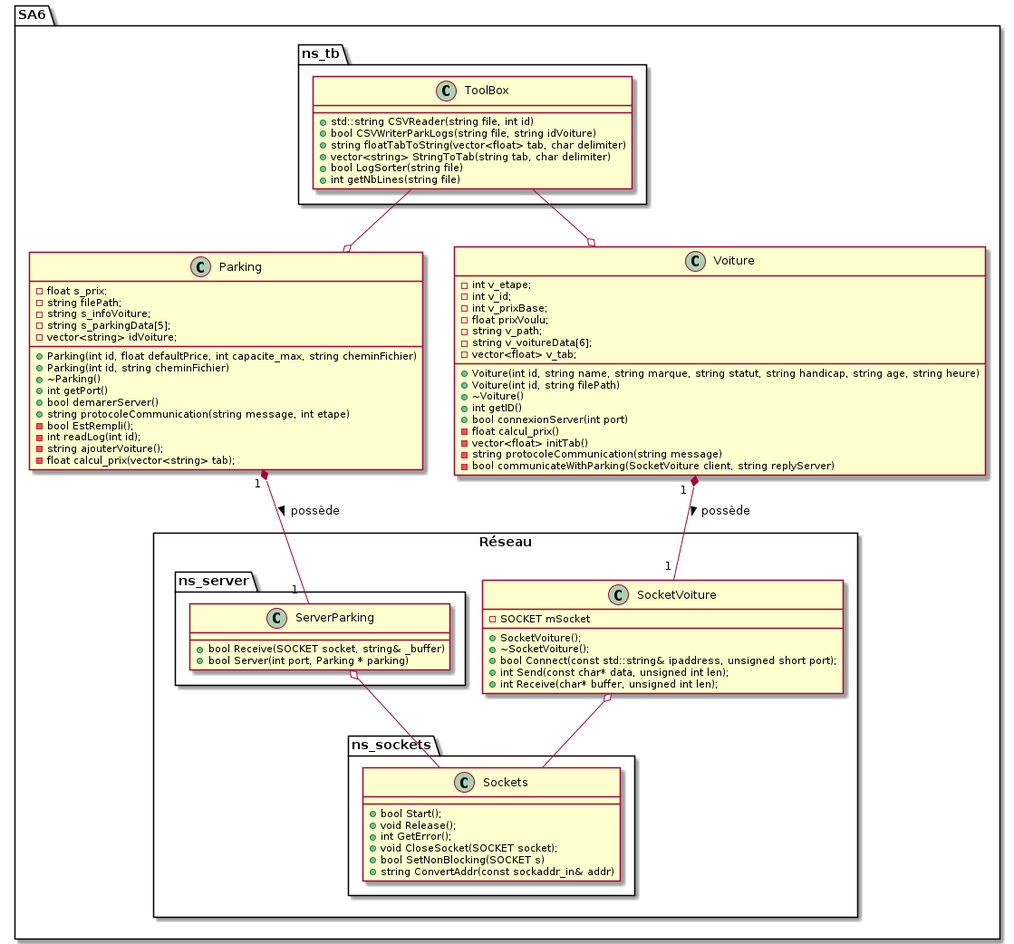
KevinFroissart/SA6_CarPark_AI keeps this PlantUML diagram as SA6/doc/SA6_uml.png. Above is the earlier version.
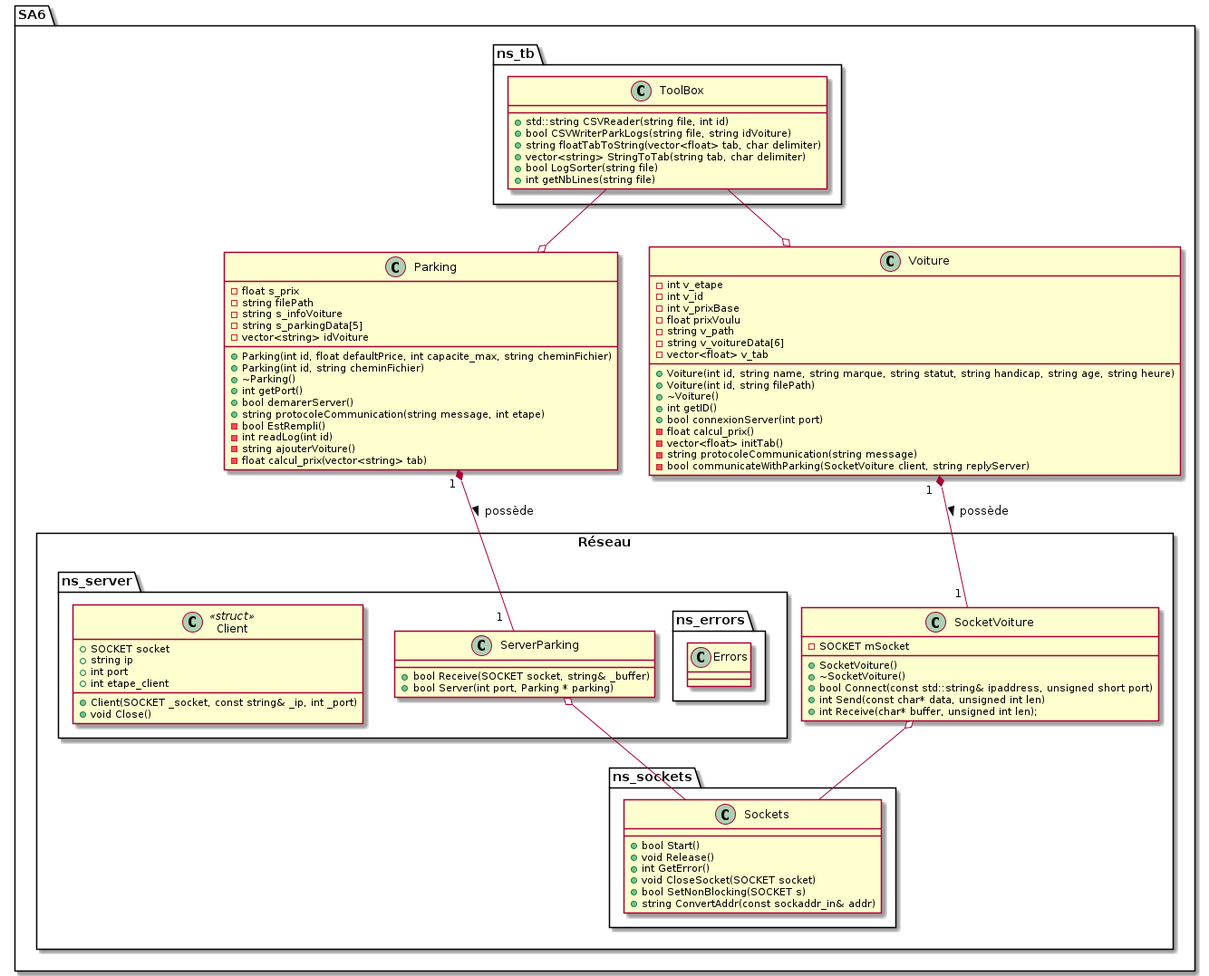
The same diagram one commit later.

What changed in the source:
```diff
@@ -14,11 +14,11 @@
     }
 
     class Parking {
-        - float s_prix;
-        - string filePath;
-        - string s_infoVoiture;
-        - string s_parkingData[5];
-        - vector<string> idVoiture;
+        - float s_prix
+        - string filePath
+        - string s_infoVoiture
+        - string s_parkingData[5]
+        - vector<string> idVoiture
 
         + Parking(int id, float defaultPrice, int capacite_max, string cheminFichier)
         + Parking(int id, string cheminFichier)
@@ -26,20 +26,20 @@
         + int getPort()
         + bool demarerServer()
         + string protocoleCommunication(string message, int etape)
-        - bool EstRempli();
-        - int readLog(int id);
-        - string ajouterVoiture();
-        - float calcul_prix(vector<string> tab);
+        - bool EstRempli()
+        - int readLog(int id)
+        - string ajouterVoiture()
+        - float calcul_prix(vector<string> tab)
     }
 
     Class Voiture {
-        - int v_etape;
-        - int v_id;
-        - int v_prixBase;
-        - float prixVoulu;
-        - string v_path;
-        - string v_voitureData[6];
-        - vector<float> v_tab;
+        - int v_etape
+        - int v_id
+        - int v_prixBase
+        - float prixVoulu
+        - string v_path
+        - string v_voitureData[6]
+        - vector<float> v_tab
 
         + Voiture(int id, string name, string marque, string statut, string handicap, string age, string heure)
         + Voiture(int id, string filePath)
@@ -59,15 +59,31 @@
                 + bool Receive(SOCKET socket, string& _buffer)
                 + bool Server(int port, Parking * parking)
             }
+
+            package ns_errors {
+                Class Errors {
+
+                }
+            }
+
+            Class Client << struct >> {
+                + SOCKET socket
+	            + string ip
+	            + int port
+	            + int etape_client
+
+	            + Client(SOCKET _socket, const string& _ip, int _port)
+                + void Close()
+            }
         }
 
         Class SocketVoiture {
             - SOCKET mSocket
 
-            + SocketVoiture();
-            + ~SocketVoiture();
-            + bool Connect(const std::string& ipaddress, unsigned short port);
-            + int Send(const char* data, unsigned int len);
+            + SocketVoiture()
+            + ~SocketVoiture()
+            + bool Connect(const std::string& ipaddress, unsigned short port)
+            + int Send(const char* data, unsigned int len)
             + int Receive(char* buffer, unsigned int len);
         }
 
@@ -75,10 +91,10 @@
 
             Class Sockets {
 
-                + bool Start();
-                + void Release();
-                + int GetError();
-                + void CloseSocket(SOCKET socket);
+                + bool Start()
+                + void Release()
+                + int GetError()
+                + void CloseSocket(SOCKET socket)
                 + bool SetNonBlocking(SOCKET s)
                 + string ConvertAddr(const sockaddr_in& addr)
             }
```
